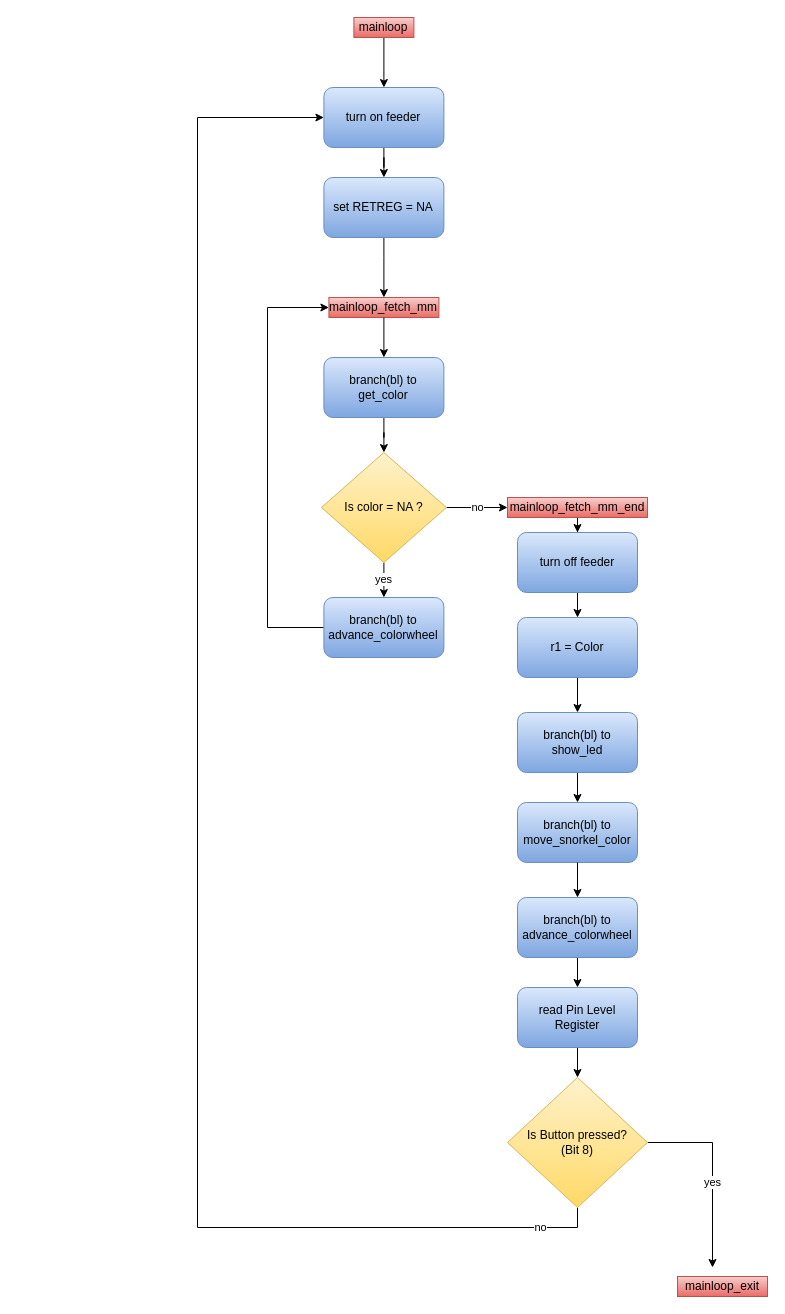
Before: diagrams/Programmablauf_mainloop.drawio in DerToaster98/SysProgTIT18, a draw.io diagram. Source tidied: cells renumbered, new cells numbered last; positions are measured from the earlier drawing's top-left corner, leaving out a move shared by most shapes. Both pictures are drawn from the tidied source at 100%, with x=0, y=0 at pixel (197, 17).
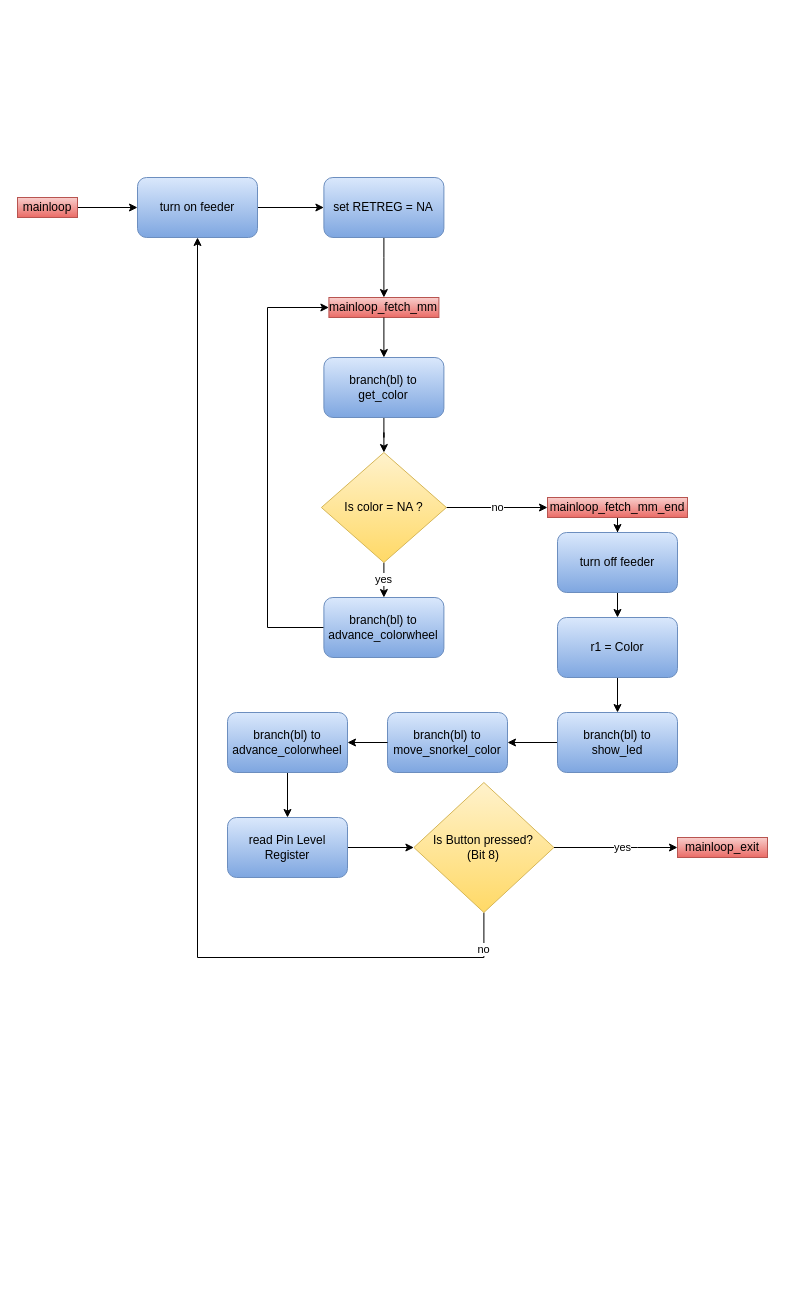
The same diagram, later.

Commit message:
Change mainloop to fit on one page

Change to the diagram source:
```diff
@@
-    <mxCell id="2" style="edgeStyle=orthogonalEdgeStyle;rounded=0;jettySize=auto;html=1;exitX=0.5;exitY=1;exitDx=0;exitDy=0;entryX=0.5;entryY=0;entryDx=0;entryDy=0;" parent="1" edge="1" source="3" target="32">
+    <mxCell id="2" style="edgeStyle=orthogonalEdgeStyle;rounded=0;jettySize=auto;html=1;exitX=0.5;exitY=1;exitDx=0;exitDy=0;entryX=0;entryY=0.5;entryDx=0;entryDy=0;" parent="1" edge="1" source="3" target="32">
       <mxGeometry relative="1" as="geometry">
         <Array as="points">
-          <mxPoint x="186.4" y="70" />
-          <mxPoint x="186.4" y="70" />
+          <mxPoint x="-150" y="190" />
         </Array>
       </mxGeometry>
     </mxCell>
     <mxCell id="3" value="mainloop" style="text;html=1;strokeColor=#b85450;fillColor=#f8cecc;align=center;verticalAlign=middle;whiteSpace=wrap;rounded=0;gradientColor=#ea6b66;" parent="1" vertex="1">
-      <mxGeometry x="156.4" width="60" height="20" as="geometry" />
+      <mxGeometry x="-180" y="180" width="60" height="20" as="geometry" />
     </mxCell>
@@
     <mxCell id="5" value="read Pin Level Register" style="rounded=1;whiteSpace=wrap;html=1;gradientColor=#7ea6e0;fillColor=#dae8fc;strokeColor=#6c8ebf;" parent="1" vertex="1">
-      <mxGeometry x="320" y="970" width="120" height="60" as="geometry" />
+      <mxGeometry x="30" y="800" width="120" height="60" as="geometry" />
     </mxCell>
-    <mxCell id="6" value="no" style="edgeStyle=orthogonalEdgeStyle;rounded=0;jettySize=auto;html=1;entryX=0;entryY=0.5;entryDx=0;entryDy=0;" parent="1" edge="1" source="8" target="32">
+    <mxCell id="6" value="no" style="edgeStyle=orthogonalEdgeStyle;rounded=0;jettySize=auto;html=1;entryX=0.5;entryY=1;entryDx=0;entryDy=0;exitX=0.5;exitY=1;exitDx=0;exitDy=0;" parent="1" edge="1" source="8" target="32">
       <mxGeometry x="-0.93" relative="1" as="geometry">
         <Array as="points">
-          <mxPoint x="380" y="1210" />
-          <mxPoint y="1210" />
-          <mxPoint y="100" />
+          <mxPoint x="286" y="940" />
+          <mxPoint y="940" />
         </Array>
       </mxGeometry>
     </mxCell>
-    <mxCell id="7" value="yes" style="edgeStyle=orthogonalEdgeStyle;rounded=0;jettySize=auto;html=1;entryX=0.5;entryY=0;entryDx=0;entryDy=0;exitX=1;exitY=0.5;exitDx=0;exitDy=0;" parent="1" edge="1" source="8">
+    <mxCell id="7" value="yes" style="edgeStyle=orthogonalEdgeStyle;rounded=0;jettySize=auto;html=1;entryX=0;entryY=0.5;entryDx=0;entryDy=0;exitX=1;exitY=0.5;exitDx=0;exitDy=0;" parent="1" edge="1" source="8" target="30">
       <mxGeometry x="0.11" relative="1" as="geometry">
-        <mxPoint x="515" y="1250" as="targetPoint" />
         <Array as="points">
-          <mxPoint x="515" y="1125" />
+          <mxPoint x="440" y="830" />
+          <mxPoint x="440" y="830" />
         </Array>
       </mxGeometry>
     </mxCell>
     <mxCell id="8" value="Is Button pressed?&lt;br&gt;(Bit 8)" style="rhombus;whiteSpace=wrap;html=1;gradientColor=#ffd966;fillColor=#fff2cc;strokeColor=#d6b656;" parent="1" vertex="1">
-      <mxGeometry x="310" y="1060" width="140" height="130" as="geometry" />
+      <mxGeometry x="216.4" y="765" width="140" height="130" as="geometry" />
     </mxCell>
@@
     <mxCell id="19" value="mainloop_fetch_mm_end" style="text;html=1;strokeColor=#b85450;fillColor=#f8cecc;align=center;verticalAlign=middle;whiteSpace=wrap;rounded=0;gradientColor=#ea6b66;" parent="1" vertex="1">
-      <mxGeometry x="310" y="480" width="140" height="20" as="geometry" />
+      <mxGeometry x="350" y="480" width="140" height="20" as="geometry" />
     </mxCell>
@@
     <mxCell id="21" value="turn off feeder" style="rounded=1;whiteSpace=wrap;html=1;gradientColor=#7ea6e0;fillColor=#dae8fc;strokeColor=#6c8ebf;" parent="1" vertex="1">
-      <mxGeometry x="320" y="515" width="120" height="60" as="geometry" />
+      <mxGeometry x="360" y="515" width="120" height="60" as="geometry" />
     </mxCell>
@@
     <mxCell id="23" value="r1 = Color" style="rounded=1;whiteSpace=wrap;html=1;gradientColor=#7ea6e0;fillColor=#dae8fc;strokeColor=#6c8ebf;" parent="1" vertex="1">
-      <mxGeometry x="320" y="600" width="120" height="60" as="geometry" />
+      <mxGeometry x="360" y="600" width="120" height="60" as="geometry" />
     </mxCell>
-    <mxCell id="24" style="edgeStyle=orthogonalEdgeStyle;rounded=0;jettySize=auto;html=1;" parent="1" edge="1" source="25" target="26">
+    <mxCell id="24" style="edgeStyle=orthogonalEdgeStyle;rounded=0;jettySize=auto;html=1;entryX=1;entryY=0.5;entryDx=0;entryDy=0;" parent="1" edge="1" source="25" target="26">
       <mxGeometry relative="1" as="geometry" />
     </mxCell>
     <mxCell id="25" value="branch(bl) to show_led" style="rounded=1;whiteSpace=wrap;html=1;gradientColor=#7ea6e0;fillColor=#dae8fc;strokeColor=#6c8ebf;" parent="1" vertex="1">
-      <mxGeometry x="320" y="695" width="120" height="60" as="geometry" />
+      <mxGeometry x="360" y="695" width="120" height="60" as="geometry" />
     </mxCell>
     <mxCell id="26" value="branch(bl) to move_snorkel_color" style="rounded=1;whiteSpace=wrap;html=1;gradientColor=#7ea6e0;fillColor=#dae8fc;strokeColor=#6c8ebf;" parent="1" vertex="1">
-      <mxGeometry x="320" y="785" width="120" height="60" as="geometry" />
+      <mxGeometry x="190" y="695" width="120" height="60" as="geometry" />
     </mxCell>
-    <mxCell id="27" style="edgeStyle=orthogonalEdgeStyle;rounded=0;jettySize=auto;html=1;exitX=0.5;exitY=1;exitDx=0;exitDy=0;" parent="1" edge="1" source="26" target="29">
+    <mxCell id="27" style="edgeStyle=orthogonalEdgeStyle;rounded=0;jettySize=auto;html=1;exitX=0;exitY=0.5;exitDx=0;exitDy=0;" parent="1" edge="1" source="26" target="29">
       <mxGeometry relative="1" as="geometry" />
     </mxCell>
@@
     <mxCell id="29" value="branch(bl) to advance_colorwheel" style="rounded=1;whiteSpace=wrap;html=1;gradientColor=#7ea6e0;fillColor=#dae8fc;strokeColor=#6c8ebf;" parent="1" vertex="1">
-      <mxGeometry x="320" y="880" width="120" height="60" as="geometry" />
+      <mxGeometry x="30" y="695" width="120" height="60" as="geometry" />
     </mxCell>
     <mxCell id="30" value="mainloop_exit" style="text;html=1;strokeColor=#b85450;fillColor=#f8cecc;align=center;verticalAlign=middle;whiteSpace=wrap;rounded=0;gradientColor=#ea6b66;" parent="1" vertex="1">
-      <mxGeometry x="480" y="1259" width="90" height="20" as="geometry" />
+      <mxGeometry x="480" y="820" width="90" height="20" as="geometry" />
     </mxCell>
@@
     <mxCell id="32" value="turn on feeder" style="rounded=1;whiteSpace=wrap;html=1;gradientColor=#7ea6e0;fillColor=#dae8fc;strokeColor=#6c8ebf;" parent="1" vertex="1">
-      <mxGeometry x="126.4" y="70" width="120" height="60" as="geometry" />
+      <mxGeometry x="-60" y="160" width="120" height="60" as="geometry" />
     </mxCell>
```
